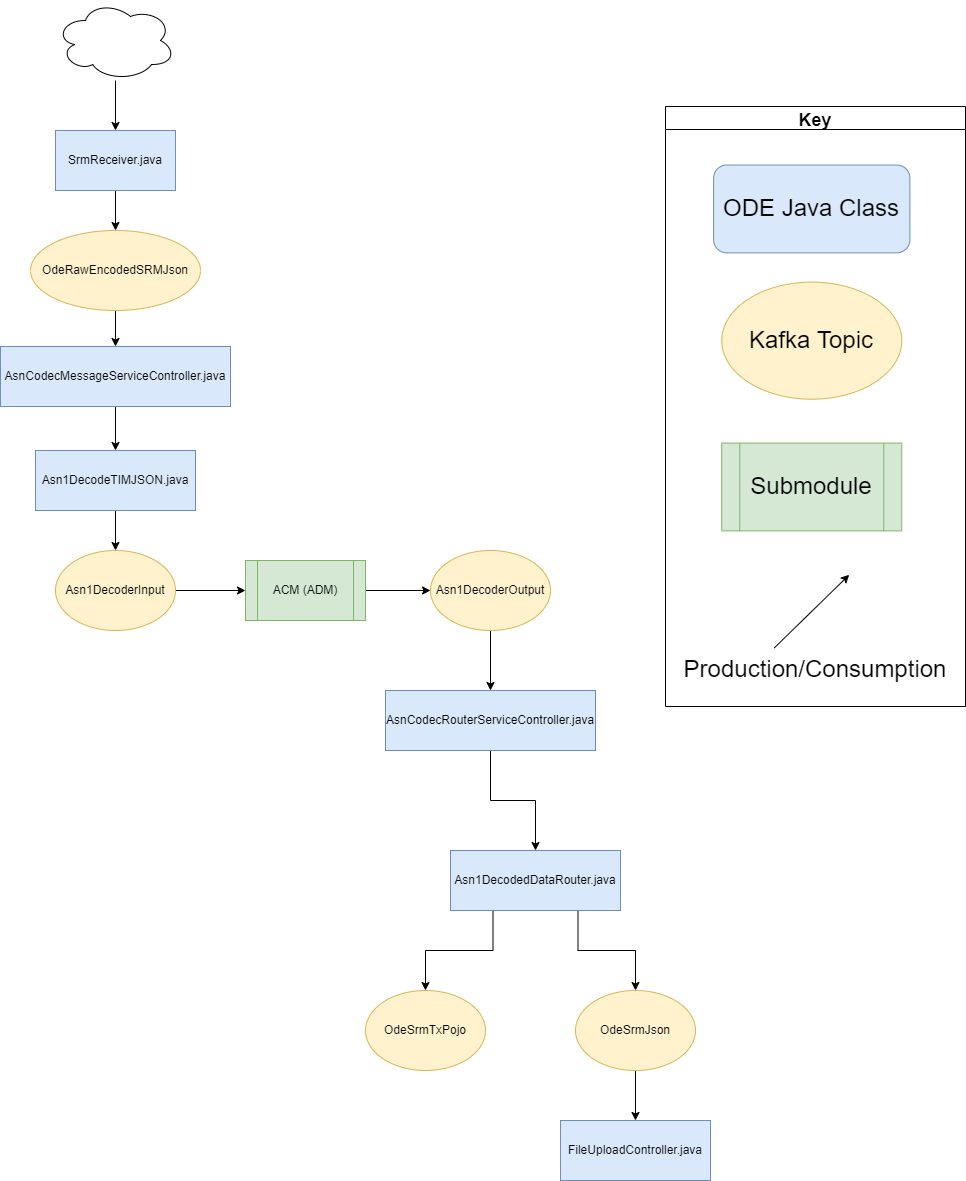
Earlier version of the draw.io export docs/data-flow-diagrams/srm/SRM Data Flow.drawio.png (usdot-jpo-ode/jpo-ode). Source tidied: cells renumbered, new cells last; positions are measured from the earlier drawing's top-left corner, leaving out a move shared by most shapes. Source of this version:
```xml
<mxGraphModel>
  <root>
    <mxCell id="0" />
    <mxCell id="1" parent="0" />
    <mxCell id="2" style="edgeStyle=orthogonalEdgeStyle;rounded=0;jettySize=auto;html=1;exitX=0.25;exitY=1;exitDx=0;exitDy=0;" parent="1" edge="1" source="4" target="31">
      <mxGeometry relative="1" as="geometry" />
    </mxCell>
    <mxCell id="3" style="edgeStyle=orthogonalEdgeStyle;rounded=0;jettySize=auto;html=1;exitX=0.75;exitY=1;exitDx=0;exitDy=0;" parent="1" edge="1" source="4" target="33">
      <mxGeometry relative="1" as="geometry" />
    </mxCell>
    <mxCell id="4" value="Asn1DecodedDataRouter.java" style="rounded=0;whiteSpace=wrap;html=1;fillColor=#dae8fc;strokeColor=#6c8ebf;" parent="1" vertex="1">
      <mxGeometry x="450" y="850" width="170" height="60" as="geometry" />
    </mxCell>
    <mxCell id="5" style="edgeStyle=orthogonalEdgeStyle;rounded=0;jettySize=auto;html=1;entryX=0;entryY=0.5;entryDx=0;entryDy=0;" parent="1" edge="1" source="6" target="12">
      <mxGeometry relative="1" as="geometry" />
    </mxCell>
    <mxCell id="6" value="ACM (ADM)" style="shape=process;whiteSpace=wrap;html=1;backgroundOutline=1;fillColor=#d5e8d4;strokeColor=#82b366;" parent="1" vertex="1">
      <mxGeometry x="245" y="560" width="120" height="60" as="geometry" />
    </mxCell>
    <mxCell id="7" style="edgeStyle=orthogonalEdgeStyle;rounded=0;jettySize=auto;html=1;" parent="1" edge="1" source="8" target="18">
      <mxGeometry relative="1" as="geometry" />
    </mxCell>
    <mxCell id="8" value="AsnCodecMessageServiceController.java" style="rounded=0;whiteSpace=wrap;html=1;fillColor=#dae8fc;strokeColor=#6c8ebf;" parent="1" vertex="1">
      <mxGeometry y="346" width="230" height="60" as="geometry" />
    </mxCell>
    <mxCell id="9" style="edgeStyle=orthogonalEdgeStyle;rounded=0;jettySize=auto;html=1;entryX=0;entryY=0.5;entryDx=0;entryDy=0;" parent="1" edge="1" source="10" target="6">
      <mxGeometry relative="1" as="geometry" />
    </mxCell>
    <mxCell id="10" value="Asn1DecoderInput" style="ellipse;whiteSpace=wrap;html=1;fillColor=#fff2cc;strokeColor=#d6b656;" parent="1" vertex="1">
      <mxGeometry x="55" y="550" width="120" height="80" as="geometry" />
    </mxCell>
    <mxCell id="11" style="edgeStyle=orthogonalEdgeStyle;rounded=0;jettySize=auto;html=1;" parent="1" edge="1" source="12" target="20">
      <mxGeometry relative="1" as="geometry" />
    </mxCell>
    <mxCell id="12" value="Asn1DecoderOutput" style="ellipse;whiteSpace=wrap;html=1;fillColor=#fff2cc;strokeColor=#d6b656;" parent="1" vertex="1">
      <mxGeometry x="430" y="550" width="120" height="80" as="geometry" />
    </mxCell>
    <mxCell id="13" style="edgeStyle=orthogonalEdgeStyle;rounded=0;jettySize=auto;html=1;entryX=0.5;entryY=0;entryDx=0;entryDy=0;" parent="1" edge="1" source="14" target="16">
      <mxGeometry relative="1" as="geometry" />
    </mxCell>
    <mxCell id="14" value="SrmReceiver.java" style="rounded=0;whiteSpace=wrap;html=1;fillColor=#dae8fc;strokeColor=#6c8ebf;" parent="1" vertex="1">
      <mxGeometry x="55" y="130" width="120" height="60" as="geometry" />
    </mxCell>
    <mxCell id="15" style="edgeStyle=orthogonalEdgeStyle;rounded=0;jettySize=auto;html=1;" parent="1" edge="1" source="16" target="8">
      <mxGeometry relative="1" as="geometry" />
    </mxCell>
    <mxCell id="16" value="OdeRawEncodedSRMJson" style="ellipse;whiteSpace=wrap;html=1;fillColor=#fff2cc;strokeColor=#d6b656;" parent="1" vertex="1">
      <mxGeometry x="30" y="230" width="170" height="80" as="geometry" />
    </mxCell>
    <mxCell id="17" style="edgeStyle=orthogonalEdgeStyle;rounded=0;jettySize=auto;html=1;entryX=0.5;entryY=0;entryDx=0;entryDy=0;" parent="1" edge="1" source="18" target="10">
      <mxGeometry relative="1" as="geometry" />
    </mxCell>
    <mxCell id="18" value="Asn1DecodeTIMJSON.java" style="rounded=0;whiteSpace=wrap;html=1;fillColor=#dae8fc;strokeColor=#6c8ebf;" parent="1" vertex="1">
      <mxGeometry x="35" y="450" width="160" height="60" as="geometry" />
    </mxCell>
    <mxCell id="19" style="edgeStyle=orthogonalEdgeStyle;rounded=0;jettySize=auto;html=1;entryX=0.5;entryY=0;entryDx=0;entryDy=0;exitX=0.5;exitY=1;exitDx=0;exitDy=0;" parent="1" edge="1" source="20" target="4">
      <mxGeometry relative="1" as="geometry" />
    </mxCell>
    <mxCell id="20" value="AsnCodecRouterServiceController.java" style="rounded=0;whiteSpace=wrap;html=1;fillColor=#dae8fc;strokeColor=#6c8ebf;" parent="1" vertex="1">
      <mxGeometry x="385" y="690" width="210" height="60" as="geometry" />
    </mxCell>
    <mxCell id="21" style="edgeStyle=orthogonalEdgeStyle;rounded=0;jettySize=auto;html=1;" parent="1" edge="1" source="22" target="14">
      <mxGeometry relative="1" as="geometry" />
    </mxCell>
    <mxCell id="22" style="ellipse;shape=cloud;whiteSpace=wrap;html=1;" parent="1" vertex="1">
      <mxGeometry x="55" width="120" height="80" as="geometry" />
    </mxCell>
    <mxCell id="23" style="group;" parent="1" vertex="1">
      <mxGeometry x="665" y="106" width="300" height="600" as="geometry" />
    </mxCell>
    <mxCell id="24" value="&lt;font style=&quot;font-size: 24px&quot;&gt;Submodule&lt;/font&gt;" style="shape=process;whiteSpace=wrap;html=1;backgroundOutline=1;fillColor=#d5e8d4;strokeColor=#82b366;labelBackgroundColor=none;" parent="23" vertex="1">
      <mxGeometry x="56.2" y="336.6" width="180" height="87.8" as="geometry" />
    </mxCell>
    <mxCell id="25" value="Key" style="swimlane;labelBackgroundColor=none;fontSize=18;" parent="23" vertex="1">
      <mxGeometry width="300" height="600" as="geometry" />
    </mxCell>
    <mxCell id="26" value="&lt;font style=&quot;font-size: 24px&quot;&gt;Production/Consumption&lt;/font&gt;" style="text;html=1;strokeColor=none;fillColor=none;align=center;verticalAlign=middle;whiteSpace=wrap;rounded=0;labelBackgroundColor=none;" parent="25" vertex="1">
      <mxGeometry x="105" y="541.5" width="90" height="43.9" as="geometry" />
    </mxCell>
    <mxCell id="27" style="endArrow=classic;html=1;rounded=0;labelBackgroundColor=none;" parent="25" edge="1">
      <mxGeometry relative="1" as="geometry">
        <mxPoint x="108.8" y="541.5" as="sourcePoint" />
        <mxPoint x="183.7" y="468.3" as="targetPoint" />
      </mxGeometry>
    </mxCell>
    <mxCell id="28" value="&lt;font style=&quot;font-size: 24px&quot;&gt;Kafka Topic&lt;/font&gt;" style="ellipse;whiteSpace=wrap;html=1;fillColor=#fff2cc;strokeColor=#d6b656;labelBackgroundColor=none;" parent="25" vertex="1">
      <mxGeometry x="56.2" y="175.6" width="180" height="117.1" as="geometry" />
    </mxCell>
    <mxCell id="29" value="&lt;font style=&quot;font-size: 24px&quot;&gt;ODE Java Class&lt;/font&gt;" style="rounded=1;whiteSpace=wrap;html=1;fillColor=#dae8fc;strokeColor=#6c8ebf;labelBackgroundColor=none;" parent="25" vertex="1">
      <mxGeometry x="48.1" y="58.5" width="196.2" height="87.8" as="geometry" />
    </mxCell>
    <mxCell id="30" value="FileUploadController.java" style="whiteSpace=wrap;html=1;fillColor=#dae8fc;strokeColor=#6c8ebf;" parent="1" vertex="1">
      <mxGeometry x="560" y="1120" width="150" height="60" as="geometry" />
    </mxCell>
    <mxCell id="31" value="OdeSrmTxPojo" style="ellipse;whiteSpace=wrap;html=1;fillColor=#fff2cc;strokeColor=#d6b656;" parent="1" vertex="1">
      <mxGeometry x="365" y="990" width="120" height="80" as="geometry" />
    </mxCell>
    <mxCell id="32" style="edgeStyle=orthogonalEdgeStyle;rounded=0;jettySize=auto;html=1;" parent="1" edge="1" source="33" target="30">
      <mxGeometry relative="1" as="geometry" />
    </mxCell>
    <mxCell id="33" value="OdeSrmJson" style="ellipse;whiteSpace=wrap;html=1;fillColor=#fff2cc;strokeColor=#d6b656;" parent="1" vertex="1">
      <mxGeometry x="575" y="990" width="120" height="80" as="geometry" />
    </mxCell>
  </root>
</mxGraphModel>
```
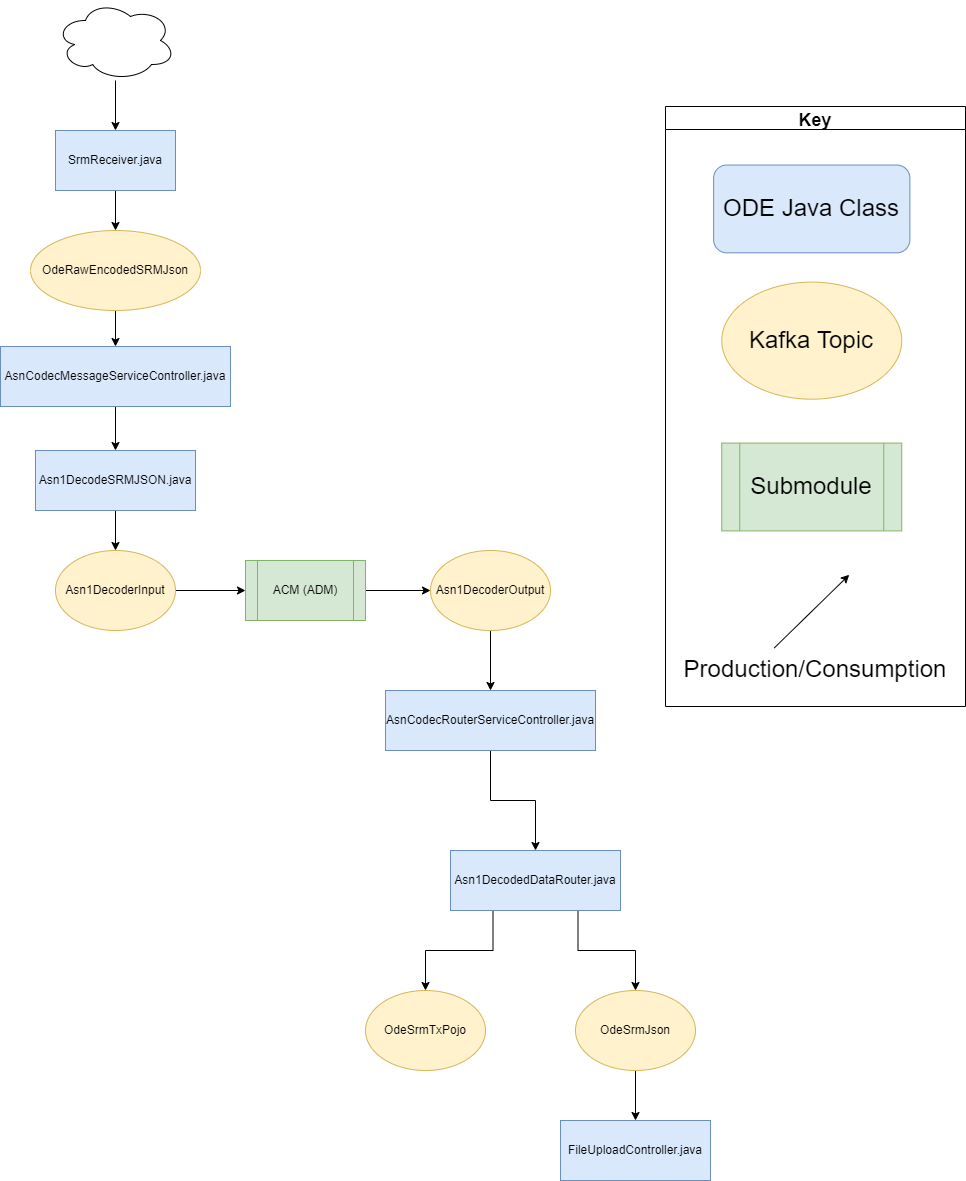
After the commit.

Commit message:
Altered SRM Data Flow diagram.

What changed in the source:
```diff
@@ -50,7 +50,7 @@
     <mxCell id="17" style="edgeStyle=orthogonalEdgeStyle;rounded=0;jettySize=auto;html=1;entryX=0.5;entryY=0;entryDx=0;entryDy=0;" parent="1" edge="1" source="18" target="10">
       <mxGeometry relative="1" as="geometry" />
     </mxCell>
-    <mxCell id="18" value="Asn1DecodeTIMJSON.java" style="rounded=0;whiteSpace=wrap;html=1;fillColor=#dae8fc;strokeColor=#6c8ebf;" parent="1" vertex="1">
+    <mxCell id="18" value="Asn1DecodeSRMJSON.java" style="rounded=0;whiteSpace=wrap;html=1;fillColor=#dae8fc;strokeColor=#6c8ebf;" parent="1" vertex="1">
       <mxGeometry x="35" y="450" width="160" height="60" as="geometry" />
     </mxCell>
     <mxCell id="19" style="edgeStyle=orthogonalEdgeStyle;rounded=0;jettySize=auto;html=1;entryX=0.5;entryY=0;entryDx=0;entryDy=0;exitX=0.5;exitY=1;exitDx=0;exitDy=0;" parent="1" edge="1" source="20" target="4">
```
